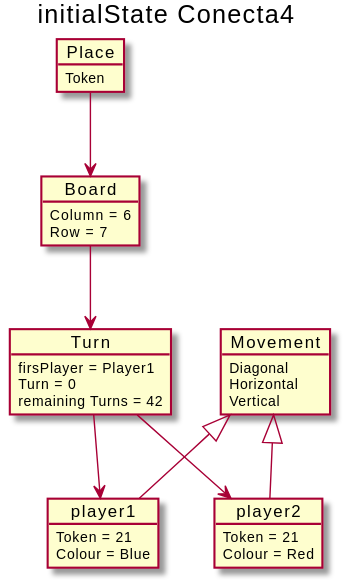
The PlantUML diagram software/game-connect4/initialState Conecta4.svg in USantaTecla-ed-mpds/lab-turing, before a commit. Source of this version:
```plantuml
@startuml
title initialState Conecta4

object player1
object player2
object Board
object Turn
object Place
object Movement

Place --> Board
Board --> Turn
Turn --> player1
Turn --> player2
Movement <|-- player1
Movement <|-- player2

player1 : Token = 21
player1 : Colour = Blue
player2 : Token = 21
player2 : Colour = Red
Board : Column = 6
Board : Row = 7
Turn : firsPlayer = Player1
Turn : Turn = 0
Turn : remaining Turns = 42
Movement : Diagonal
Movement : Horizontal
Movement : Vertical
Place : Token
@enduml
```
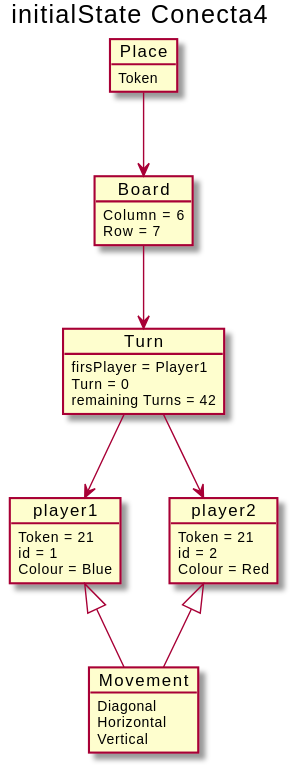
The same diagram one commit later.

The edit, as a diff of the source:
```diff
@@ -12,12 +12,14 @@
 Board --> Turn
 Turn --> player1
 Turn --> player2
-Movement <|-- player1
-Movement <|-- player2
+player1 <|-- Movement
+player2 <|--  Movement
 
 player1 : Token = 21
+player1 : id = 1
 player1 : Colour = Blue
 player2 : Token = 21
+player2 : id = 2
 player2 : Colour = Red
 Board : Column = 6
 Board : Row = 7
```
